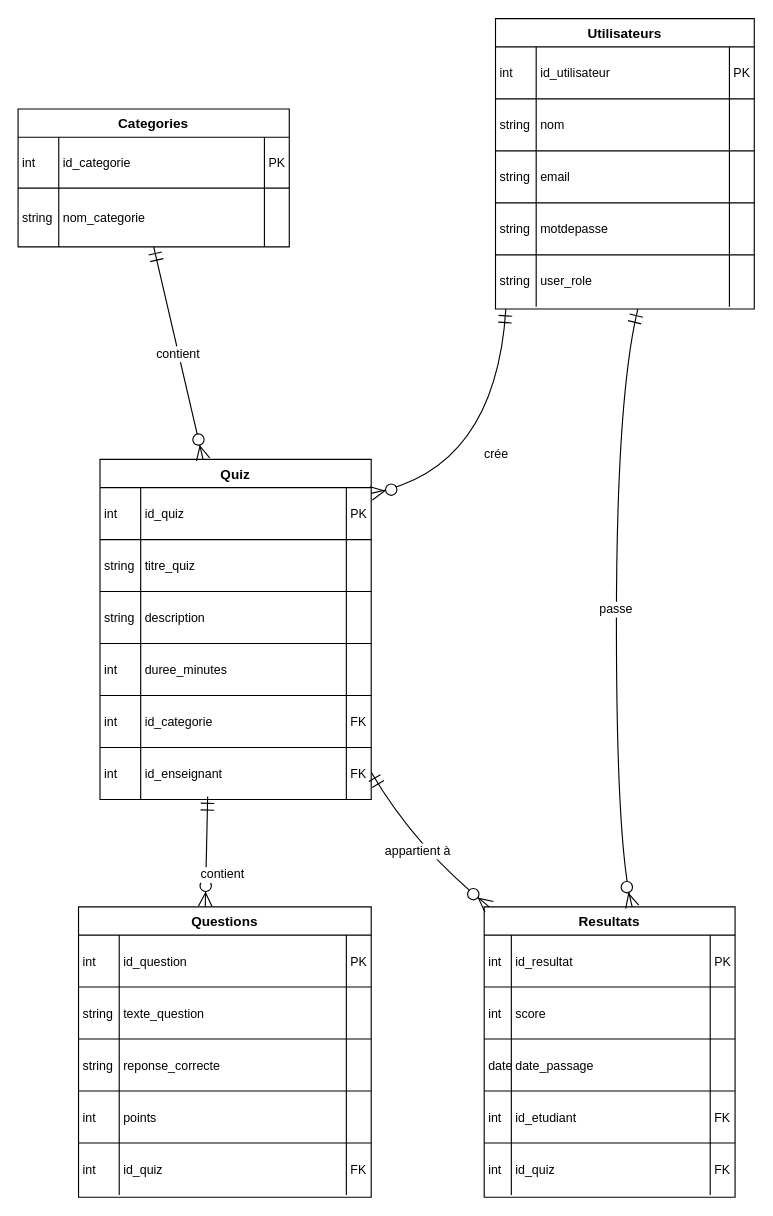
Before: qodex_erd.drawio in baadrfny/Conception-de-SQL, a draw.io diagram. Source tidied: cells renumbered, new cells numbered last; positions are measured from the earlier drawing's top-left corner, leaving out a move shared by most shapes. Both pictures are drawn from the tidied source at 113%, with x=0, y=0 at pixel (18, 18).
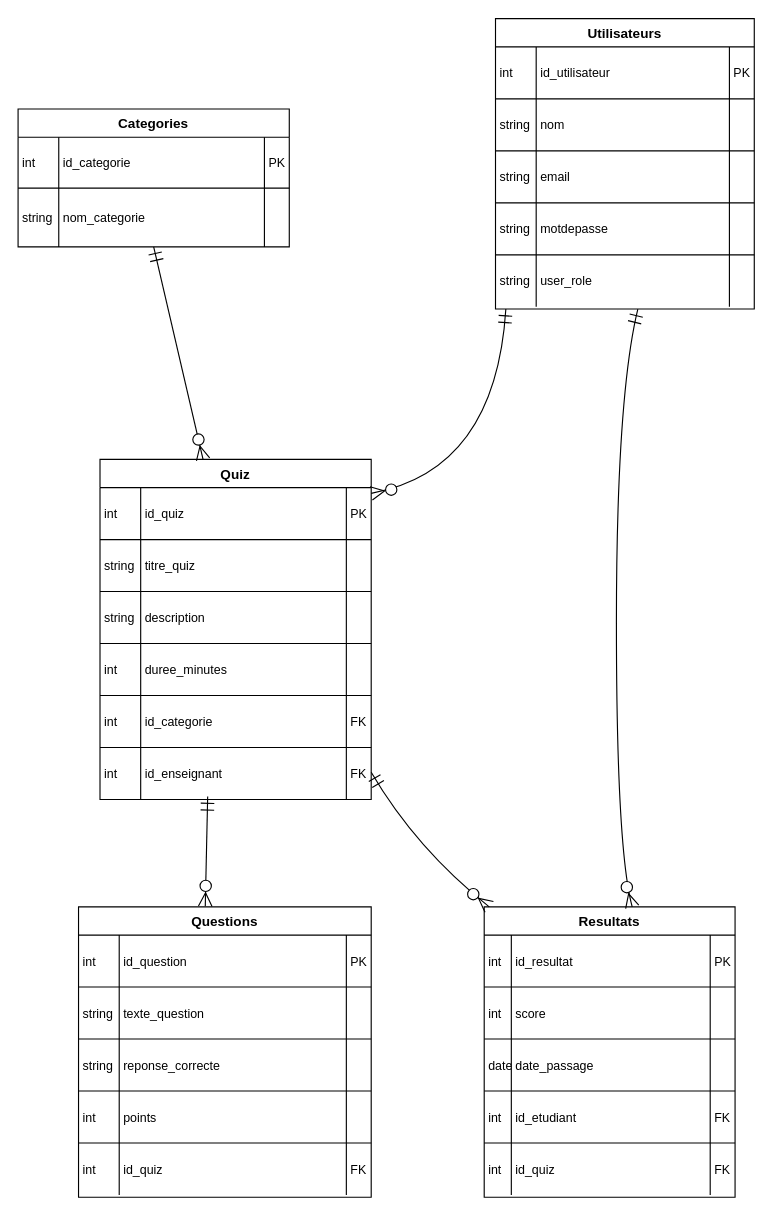
The same diagram, later.

Commit message:
second one

Unchanged cells that the change refers to:
```xml
<mxCell id="2" value="Utilisateurs" style="shape=table;startSize=25;childLayout=tableLayout;rowLines=1;fontStyle=1;align=center;" parent="1" vertex="1">
  <mxGeometry x="422" width="229" height="257" as="geometry" />
</mxCell>
<mxCell id="23" value="Categories" style="shape=table;startSize=25;childLayout=tableLayout;rowLines=1;fontStyle=1;align=center;" parent="1" vertex="1">
  <mxGeometry x="-0.5" y="80" width="240" height="122" as="geometry" />
</mxCell>
<mxCell id="32" value="Quiz" style="shape=table;startSize=25;childLayout=tableLayout;rowLines=1;fontStyle=1;align=center;" parent="1" vertex="1">
  <mxGeometry x="72" y="390" width="240" height="301" as="geometry" />
</mxCell>
<mxCell id="53" style="shape=tableRow;horizontal=0;startSize=0;swimlaneHead=0;swimlaneBody=0;fillColor=none;points=[[0,0.5],[1,0.5]];portConstraint=eastwest;top=0;left=0;right=0;bottom=0;" parent="32" vertex="1">
  <mxGeometry y="255" width="240" height="46" as="geometry" />
</mxCell>
<mxCell id="57" value="Questions" style="shape=table;startSize=25;childLayout=tableLayout;rowLines=1;fontStyle=1;align=center;" parent="1" vertex="1">
  <mxGeometry x="53" y="786" width="259" height="257" as="geometry" />
</mxCell>
<mxCell id="78" value="Resultats" style="shape=table;startSize=25;childLayout=tableLayout;rowLines=1;fontStyle=1;align=center;" parent="1" vertex="1">
  <mxGeometry x="412" y="786" width="222" height="257" as="geometry" />
</mxCell>
```

What changed in the source:
```diff
@@
-    <mxCell id="99" value="crée" style="curved=1;startArrow=ERmandOne;startSize=10;endArrow=ERzeroToMany;endSize=10;exitX=0.04;exitY=1;entryX=1;entryY=0.1;" parent="1" edge="1" source="2" target="32">
+    <mxCell id="99" style="curved=1;startArrow=ERmandOne;startSize=10;endArrow=ERzeroToMany;endSize=10;exitX=0.04;exitY=1;entryX=1;entryY=0.1;" parent="1" edge="1" source="2" target="32">
       <mxGeometry relative="1" as="geometry">
         <Array as="points">
           <mxPoint x="422" y="400" />
         </Array>
       </mxGeometry>
     </mxCell>
-    <mxCell id="100" value="contient" style="curved=1;startArrow=ERmandOne;startSize=10;endArrow=ERzeroToMany;endSize=10;exitX=0.5;exitY=1;entryX=0.38;entryY=0;" parent="1" edge="1" source="23" target="32">
+    <mxCell id="100" style="curved=1;startArrow=ERmandOne;startSize=10;endArrow=ERzeroToMany;endSize=10;exitX=0.5;exitY=1;entryX=0.38;entryY=0;" parent="1" edge="1" source="23" target="32">
       <mxGeometry relative="1" as="geometry" />
     </mxCell>
-    <mxCell id="101" value="contient" style="curved=1;startArrow=ERmandOne;startSize=10;endArrow=ERzeroToMany;endSize=10;exitX=0.397;exitY=0.943;entryX=0.433;entryY=-0.002;entryDx=0;entryDy=0;exitDx=0;exitDy=0;exitPerimeter=0;entryPerimeter=0;" parent="1" edge="1" source="53" target="57">
+    <mxCell id="101" style="curved=1;startArrow=ERmandOne;startSize=10;endArrow=ERzeroToMany;endSize=10;exitX=0.397;exitY=0.943;entryX=0.433;entryY=-0.002;entryDx=0;entryDy=0;exitDx=0;exitDy=0;exitPerimeter=0;entryPerimeter=0;" parent="1" edge="1" source="53" target="57">
       <mxGeometry x="0.41" y="15" relative="1" as="geometry" />
     </mxCell>
-    <mxCell id="102" value="passe" style="curved=1;startArrow=ERmandOne;startSize=10;endArrow=ERzeroToMany;endSize=10;exitX=0.55;exitY=1;entryX=0.59;entryY=0;" parent="1" edge="1" source="2" target="78">
+    <mxCell id="102" style="curved=1;startArrow=ERmandOne;startSize=10;endArrow=ERzeroToMany;endSize=10;exitX=0.55;exitY=1;entryX=0.59;entryY=0;" parent="1" edge="1" source="2" target="78">
       <mxGeometry relative="1" as="geometry">
         <Array as="points">
           <mxPoint x="529" y="335" />
           <mxPoint x="529" y="735" />
         </Array>
       </mxGeometry>
     </mxCell>
-    <mxCell id="103" value="appartient à" style="curved=1;startArrow=ERmandOne;startSize=10;endArrow=ERzeroToMany;endSize=10;exitX=1;exitY=0.92;entryX=0.02;entryY=0;" parent="1" edge="1" source="32" target="78">
+    <mxCell id="103" style="curved=1;startArrow=ERmandOne;startSize=10;endArrow=ERzeroToMany;endSize=10;exitX=1;exitY=0.92;entryX=0.02;entryY=0;" parent="1" edge="1" source="32" target="78">
       <mxGeometry relative="1" as="geometry">
         <Array as="points">
           <mxPoint x="352" y="735" />
         </Array>
       </mxGeometry>
     </mxCell>
```
